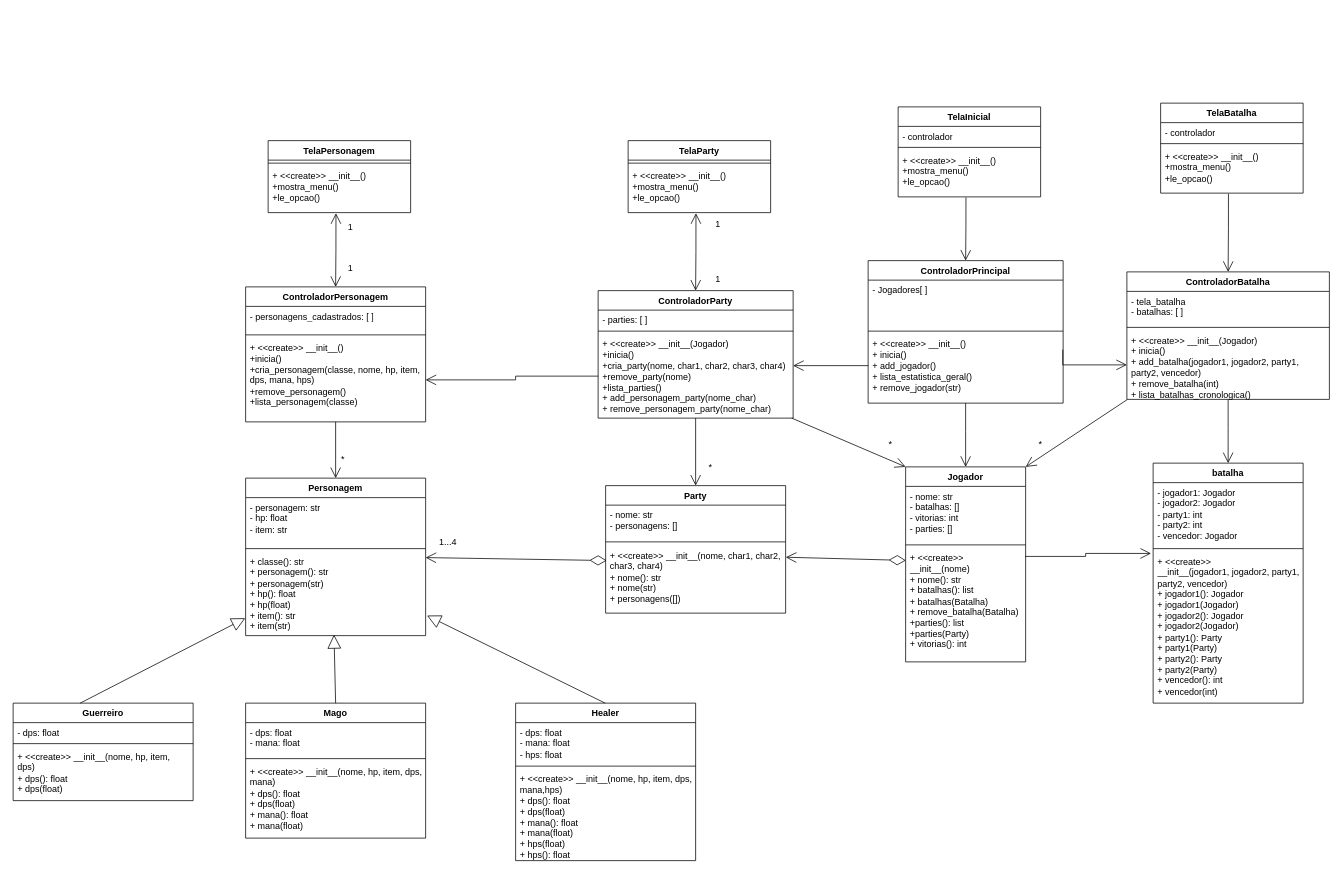
This is MVC_RPG.drawio from Coelho50/DSO_T1, a draw.io file, before an edit. Source tidied: cells renumbered, new cells numbered last; positions are measured from the earlier drawing's top-left corner, leaving out a move shared by most shapes. Both pictures are drawn from the tidied source at 75%, with x=0, y=0 at pixel (13, 103).
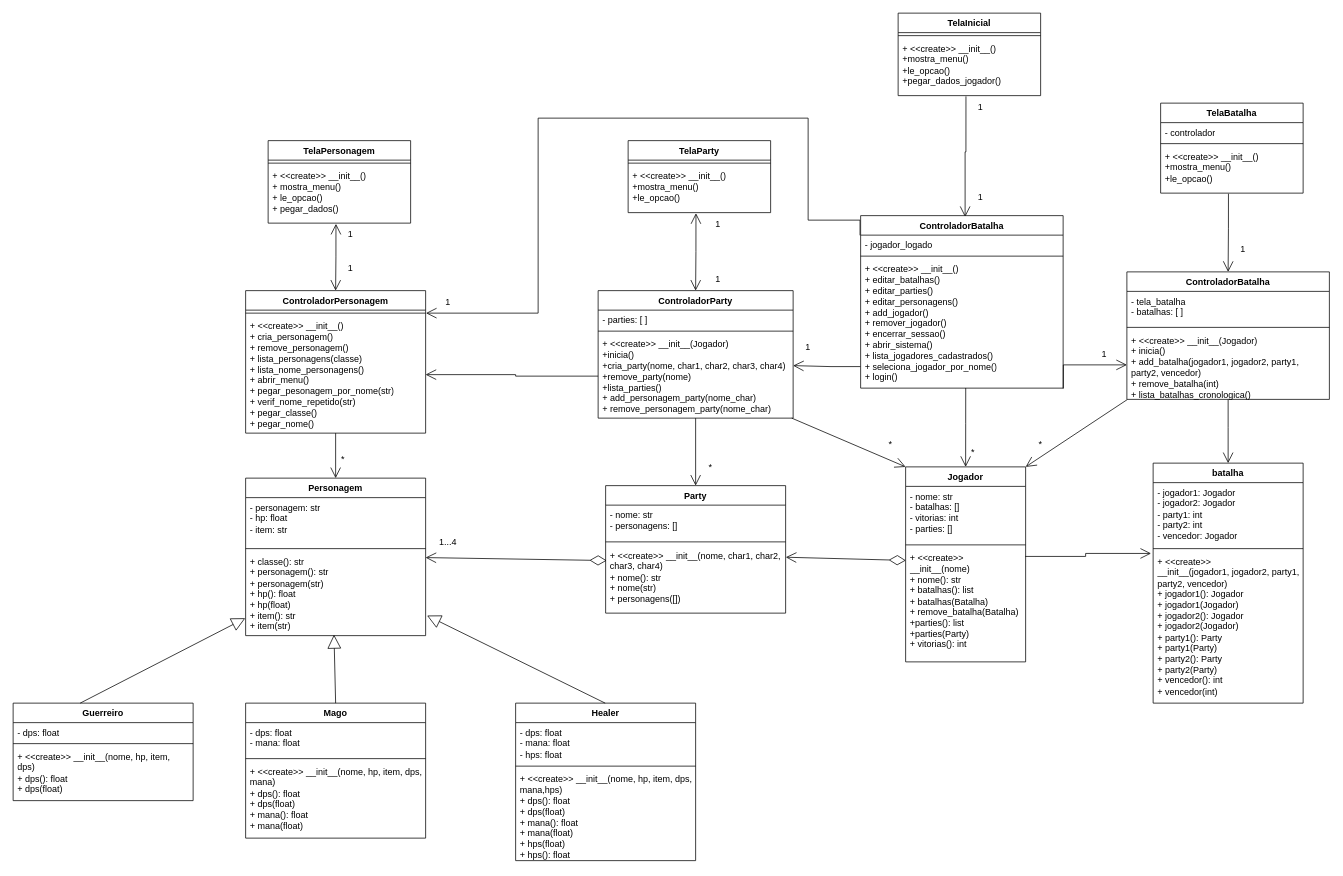
Above is the later version.

Commit message (it also covers changes not shown here):
Atualizando MVC

Unchanged cells that the change refers to:
```xml
<mxCell id="74" value="&lt;div&gt;+ &amp;lt;&amp;lt;create&amp;gt;&amp;gt; &lt;span style=&quot;background-color: initial;&quot;&gt;__init__(Jogador)&lt;/span&gt;&lt;/div&gt;&lt;div&gt;&lt;span style=&quot;background-color: initial;&quot;&gt;+ inicia()&lt;br&gt;&lt;/span&gt;&lt;/div&gt;&lt;div&gt;+ add_batalha(&lt;span style=&quot;background-color: initial;&quot;&gt;jogador1, jogador2, party1, party2, vencedor&lt;/span&gt;)&lt;/div&gt;&lt;div&gt;&lt;div&gt;+ remove_batalha(int)&lt;/div&gt;&lt;div&gt;+ lista_batalhas_cronologica()&lt;/div&gt;&lt;/div&gt;&lt;div&gt;&lt;br&gt;&lt;/div&gt;" style="text;strokeColor=none;fillColor=none;align=left;verticalAlign=top;spacingLeft=4;spacingRight=4;overflow=hidden;points=[[0,0.5],[1,0.5]];portConstraint=eastwest;whiteSpace=wrap;html=1;" parent="71" vertex="1">
  <mxGeometry y="78" width="270" height="92" as="geometry" />
</mxCell>
```

What changed in the source:
```diff
@@
     <mxCell id="37" value="TelaPersonagem" style="swimlane;fontStyle=1;align=center;verticalAlign=top;horizontal=1;startSize=26;whiteSpace=wrap;html=1;" parent="1" vertex="1">
-      <mxGeometry x="340" y="50" width="190" height="96" as="geometry" />
+      <mxGeometry x="340" y="50" width="190" height="110" as="geometry" />
     </mxCell>
@@
-    <mxCell id="39" value="&lt;div&gt;+ &amp;lt;&amp;lt;create&amp;gt;&amp;gt; &lt;span style=&quot;background-color: initial;&quot;&gt;__init__()&lt;/span&gt;&lt;/div&gt;&lt;div&gt;+mostra_menu()&lt;/div&gt;&lt;div&gt;&lt;div&gt;+le_opcao()&lt;/div&gt;&lt;/div&gt;&lt;div&gt;&lt;br&gt;&lt;/div&gt;" style="text;strokeColor=none;fillColor=none;align=left;verticalAlign=top;spacingLeft=4;spacingRight=4;overflow=hidden;points=[[0,0.5],[1,0.5]];portConstraint=eastwest;whiteSpace=wrap;html=1;" parent="37" vertex="1">
-      <mxGeometry y="34" width="190" height="62" as="geometry" />
+    <mxCell id="39" value="&lt;div&gt;+ &amp;lt;&amp;lt;create&amp;gt;&amp;gt; &lt;span style=&quot;background-color: initial;&quot;&gt;__init__()&lt;/span&gt;&lt;/div&gt;&lt;div&gt;+ mostra_menu()&lt;/div&gt;&lt;div&gt;&lt;div&gt;+ le_opcao()&lt;/div&gt;&lt;div&gt;+ pegar_dados()&lt;br&gt;&lt;/div&gt;&lt;/div&gt;&lt;div&gt;&lt;br&gt;&lt;/div&gt;" style="text;strokeColor=none;fillColor=none;align=left;verticalAlign=top;spacingLeft=4;spacingRight=4;overflow=hidden;points=[[0,0.5],[1,0.5]];portConstraint=eastwest;whiteSpace=wrap;html=1;" parent="37" vertex="1">
+      <mxGeometry y="34" width="190" height="76" as="geometry" />
     </mxCell>
     <mxCell id="40" value="ControladorPersonagem" style="swimlane;fontStyle=1;align=center;verticalAlign=top;horizontal=1;startSize=26;whiteSpace=wrap;html=1;" parent="1" vertex="1">
-      <mxGeometry x="310" y="245" width="240" height="180" as="geometry" />
+      <mxGeometry x="310" y="250" width="240" height="190" as="geometry" />
     </mxCell>
-    <mxCell id="41" value="&lt;div&gt;- personagens_cadastrados: [ ]&lt;/div&gt;" style="text;strokeColor=none;fillColor=none;align=left;verticalAlign=top;spacingLeft=4;spacingRight=4;overflow=hidden;whiteSpace=wrap;html=1;" parent="40" vertex="1">
-      <mxGeometry y="26" width="240" height="34" as="geometry" />
-    </mxCell>
     <mxCell id="42" style="line;strokeWidth=1;fillColor=none;align=left;verticalAlign=middle;spacingTop=-1;spacingLeft=3;spacingRight=3;labelPosition=right;strokeColor=inherit;" parent="40" vertex="1">
-      <mxGeometry y="60" width="240" height="8" as="geometry" />
+      <mxGeometry y="26" width="240" height="8" as="geometry" />
     </mxCell>
-    <mxCell id="43" value="&lt;div&gt;+ &amp;lt;&amp;lt;create&amp;gt;&amp;gt; &lt;span style=&quot;background-color: initial;&quot;&gt;__init__()&lt;/span&gt;&lt;/div&gt;&lt;div&gt;&lt;span style=&quot;background-color: initial;&quot;&gt;+inicia()&lt;br&gt;&lt;/span&gt;&lt;/div&gt;&lt;div&gt;+cria_personagem(classe, nome, hp, item, dps, mana, hps)&lt;/div&gt;&lt;div&gt;&lt;div&gt;+remove_personagem()&lt;/div&gt;&lt;div&gt;+lista_personagem(classe)&lt;br&gt;&lt;/div&gt;&lt;/div&gt;&lt;div&gt;&lt;br&gt;&lt;/div&gt;" style="text;strokeColor=none;fillColor=none;align=left;verticalAlign=top;spacingLeft=4;spacingRight=4;overflow=hidden;points=[[0,0.5],[1,0.5]];portConstraint=eastwest;whiteSpace=wrap;html=1;" parent="40" vertex="1">
-      <mxGeometry y="68" width="240" height="112" as="geometry" />
+    <mxCell id="43" value="&lt;div&gt;+ &amp;lt;&amp;lt;create&amp;gt;&amp;gt; &lt;span style=&quot;background-color: initial;&quot;&gt;__init__()&lt;/span&gt;&lt;/div&gt;&lt;div&gt;+ cria_personagem()&lt;/div&gt;&lt;div&gt;&lt;div&gt;+ remove_personagem()&lt;/div&gt;&lt;div&gt;+ lista_personagens(classe)&lt;/div&gt;&lt;div&gt;+ lista_nome_personagens()&lt;/div&gt;&lt;div&gt;+ abrir_menu()&lt;/div&gt;&lt;div&gt;+ pegar_pesonagem_por_nome(str)&lt;/div&gt;&lt;div&gt;+ verif_nome_repetido(str)&lt;/div&gt;&lt;div&gt;+ pegar_classe()&lt;/div&gt;&lt;div&gt;+ pegar_nome()&lt;br&gt;&lt;/div&gt;&lt;/div&gt;&lt;div&gt;&lt;br&gt;&lt;/div&gt;" style="text;strokeColor=none;fillColor=none;align=left;verticalAlign=top;spacingLeft=4;spacingRight=4;overflow=hidden;points=[[0,0.5],[1,0.5]];portConstraint=eastwest;whiteSpace=wrap;html=1;" parent="40" vertex="1">
+      <mxGeometry y="34" width="240" height="156" as="geometry" />
     </mxCell>
@@
     <mxCell id="56" value="TelaInicial" style="swimlane;fontStyle=1;align=center;verticalAlign=top;horizontal=1;startSize=26;whiteSpace=wrap;html=1;" parent="1" vertex="1">
-      <mxGeometry x="1180" y="5" width="190" height="120" as="geometry" />
+      <mxGeometry x="1180" y="-120" width="190" height="110" as="geometry" />
     </mxCell>
-    <mxCell id="57" value="- controlador" style="text;strokeColor=none;fillColor=none;align=left;verticalAlign=top;spacingLeft=4;spacingRight=4;overflow=hidden;whiteSpace=wrap;html=1;" parent="56" vertex="1">
-      <mxGeometry y="26" width="190" height="24" as="geometry" />
-    </mxCell>
     <mxCell id="58" style="line;strokeWidth=1;fillColor=none;align=left;verticalAlign=middle;spacingTop=-1;spacingLeft=3;spacingRight=3;labelPosition=right;strokeColor=inherit;" parent="56" vertex="1">
-      <mxGeometry y="50" width="190" height="8" as="geometry" />
+      <mxGeometry y="26" width="190" height="8" as="geometry" />
     </mxCell>
-    <mxCell id="59" value="&lt;div&gt;+ &amp;lt;&amp;lt;create&amp;gt;&amp;gt; &lt;span style=&quot;background-color: initial;&quot;&gt;__init__()&lt;/span&gt;&lt;/div&gt;&lt;div&gt;+mostra_menu()&lt;/div&gt;&lt;div&gt;&lt;div&gt;+le_opcao()&lt;/div&gt;&lt;/div&gt;&lt;div&gt;&lt;br&gt;&lt;/div&gt;" style="text;strokeColor=none;fillColor=none;align=left;verticalAlign=top;spacingLeft=4;spacingRight=4;overflow=hidden;points=[[0,0.5],[1,0.5]];portConstraint=eastwest;whiteSpace=wrap;html=1;" parent="56" vertex="1">
-      <mxGeometry y="58" width="190" height="62" as="geometry" />
+    <mxCell id="59" value="&lt;div&gt;+ &amp;lt;&amp;lt;create&amp;gt;&amp;gt; &lt;span style=&quot;background-color: initial;&quot;&gt;__init__()&lt;/span&gt;&lt;/div&gt;&lt;div&gt;+mostra_menu()&lt;/div&gt;&lt;div&gt;&lt;div&gt;+le_opcao()&lt;/div&gt;&lt;div&gt;+pegar_dados_jogador()&lt;br&gt;&lt;/div&gt;&lt;/div&gt;&lt;div&gt;&lt;br&gt;&lt;/div&gt;" style="text;strokeColor=none;fillColor=none;align=left;verticalAlign=top;spacingLeft=4;spacingRight=4;overflow=hidden;points=[[0,0.5],[1,0.5]];portConstraint=eastwest;whiteSpace=wrap;html=1;" parent="56" vertex="1">
+      <mxGeometry y="34" width="190" height="76" as="geometry" />
     </mxCell>
-    <mxCell id="60" value="ControladorPrincipal" style="swimlane;fontStyle=1;align=center;verticalAlign=top;horizontal=1;startSize=26;whiteSpace=wrap;html=1;" parent="1" vertex="1">
-      <mxGeometry x="1140" y="210" width="260" height="190" as="geometry" />
-    </mxCell>
-    <mxCell id="61" value="- Jogadores[ ]" style="text;strokeColor=none;fillColor=none;align=left;verticalAlign=top;spacingLeft=4;spacingRight=4;overflow=hidden;whiteSpace=wrap;html=1;" parent="60" vertex="1">
-      <mxGeometry y="26" width="260" height="64" as="geometry" />
-    </mxCell>
-    <mxCell id="62" style="line;strokeWidth=1;fillColor=none;align=left;verticalAlign=middle;spacingTop=-1;spacingLeft=3;spacingRight=3;labelPosition=right;strokeColor=inherit;" parent="60" vertex="1">
-      <mxGeometry y="90" width="260" height="8" as="geometry" />
-    </mxCell>
-    <mxCell id="63" value="&lt;div&gt;+ &amp;lt;&amp;lt;create&amp;gt;&amp;gt; &lt;span style=&quot;background-color: initial;&quot;&gt;__init__()&lt;/span&gt;&lt;/div&gt;&lt;div&gt;&lt;span style=&quot;background-color: initial;&quot;&gt;+ inicia()&lt;br&gt;&lt;/span&gt;&lt;/div&gt;&lt;div&gt;&lt;span style=&quot;background-color: initial;&quot;&gt;+ add_jogador()&lt;/span&gt;&lt;/div&gt;&lt;div&gt;&lt;span style=&quot;background-color: initial;&quot;&gt;+ lista_estatistica_geral()&lt;/span&gt;&lt;/div&gt;&lt;div&gt;&lt;span style=&quot;background-color: initial;&quot;&gt;+ remove_jogador(str)&lt;/span&gt;&lt;/div&gt;" style="text;strokeColor=none;fillColor=none;align=left;verticalAlign=top;spacingLeft=4;spacingRight=4;overflow=hidden;points=[[0,0.5],[1,0.5]];portConstraint=eastwest;whiteSpace=wrap;html=1;" parent="60" vertex="1">
-      <mxGeometry y="98" width="260" height="92" as="geometry" />
-    </mxCell>
+    <mxCell id="88" style="edgeStyle=orthogonalEdgeStyle;rounded=0;jettySize=auto;html=1;exitX=-0.003;exitY=0.01;exitDx=0;exitDy=0;entryX=1.002;entryY=0.264;entryDx=0;entryDy=0;entryPerimeter=0;endArrow=open;endFill=0;startSize=12;endSize=12;exitPerimeter=0;" parent="1" edge="1" source="95">
+      <mxGeometry relative="1" as="geometry">
+        <mxPoint x="550.5" y="280" as="targetPoint" />
+        <Array as="points">
+          <mxPoint x="1060" y="156" />
+          <mxPoint x="1060" y="20" />
+          <mxPoint x="700" y="20" />
+          <mxPoint x="700" y="280" />
+        </Array>
+      </mxGeometry>
+    </mxCell>
-    <mxCell id="64" style="edgeStyle=orthogonalEdgeStyle;rounded=0;jettySize=auto;html=1;exitX=0.5;exitY=1;exitDx=0;exitDy=0;endArrow=open;endFill=0;startSize=12;endSize=12;entryX=0.5;entryY=0;entryDx=0;entryDy=0;" parent="1" edge="1" source="60">
+    <mxCell id="64" style="edgeStyle=orthogonalEdgeStyle;rounded=0;jettySize=auto;html=1;exitX=0.519;exitY=0.999;exitDx=0;exitDy=0;endArrow=open;endFill=0;startSize=12;endSize=12;entryX=0.5;entryY=0;entryDx=0;entryDy=0;exitPerimeter=0;" parent="1" edge="1" source="97">
       <mxGeometry relative="1" as="geometry">
         <mxPoint x="1270" y="485" as="targetPoint" />
       </mxGeometry>
     </mxCell>
-    <mxCell id="65" style="edgeStyle=orthogonalEdgeStyle;rounded=0;jettySize=auto;html=1;exitX=0.476;exitY=1.013;exitDx=0;exitDy=0;endArrow=open;endFill=0;startSize=12;endSize=12;exitPerimeter=0;entryX=0.5;entryY=0;entryDx=0;entryDy=0;" parent="1" edge="1" source="59" target="60">
+    <mxCell id="65" style="edgeStyle=orthogonalEdgeStyle;rounded=0;jettySize=auto;html=1;exitX=0.476;exitY=1.013;exitDx=0;exitDy=0;endArrow=open;endFill=0;startSize=12;endSize=12;exitPerimeter=0;entryX=0.516;entryY=0.008;entryDx=0;entryDy=0;entryPerimeter=0;" parent="1" edge="1" source="59" target="94">
       <mxGeometry relative="1" as="geometry" />
     </mxCell>
-    <mxCell id="66" style="edgeStyle=orthogonalEdgeStyle;rounded=0;orthogonalLoop=1;jettySize=auto;html=1;exitX=0;exitY=0.5;exitDx=0;exitDy=0;endArrow=open;endFill=0;startSize=12;endSize=12;entryX=1;entryY=0.5;entryDx=0;entryDy=0;startArrow=none;startFill=0;" parent="1" edge="1">
+    <mxCell id="66" style="edgeStyle=orthogonalEdgeStyle;rounded=0;jettySize=auto;html=1;exitX=-0.001;exitY=0.833;exitDx=0;exitDy=0;endArrow=open;endFill=0;startSize=12;endSize=12;entryX=1;entryY=0.5;entryDx=0;entryDy=0;startArrow=none;startFill=0;exitPerimeter=0;" parent="1" edge="1" source="97">
       <mxGeometry relative="1" as="geometry">
-        <mxPoint x="1140" y="350" as="sourcePoint" />
         <mxPoint x="1040" y="350" as="targetPoint" />
       </mxGeometry>
     </mxCell>
@@
-    <mxCell id="77" style="edgeStyle=orthogonalEdgeStyle;rounded=0;jettySize=auto;html=1;endArrow=none;endFill=0;startSize=12;endSize=12;entryX=0.998;entryY=0.225;entryDx=0;entryDy=0;startArrow=open;startFill=0;entryPerimeter=0;exitX=0;exitY=0.5;exitDx=0;exitDy=0;" parent="1" edge="1" source="74" target="63">
+    <mxCell id="77" style="edgeStyle=orthogonalEdgeStyle;rounded=0;jettySize=auto;html=1;endArrow=none;endFill=0;startSize=12;endSize=12;entryX=1.001;entryY=1.004;entryDx=0;entryDy=0;startArrow=open;startFill=0;entryPerimeter=0;exitX=0;exitY=0.5;exitDx=0;exitDy=0;" parent="1" edge="1" source="74" target="97">
       <mxGeometry relative="1" as="geometry">
         <Array as="points">
           <mxPoint x="1400" y="349" />
         </Array>
       </mxGeometry>
     </mxCell>
@@
     <mxCell id="80" value="1" style="text;html=1;align=center;verticalAlign=middle;whiteSpace=wrap;rounded=0;" parent="1" vertex="1">
-      <mxGeometry x="420" y="150" width="60" height="30" as="geometry" />
+      <mxGeometry x="420" y="160" width="60" height="30" as="geometry" />
     </mxCell>
@@
+    <mxCell id="89" value="1" style="text;html=1;align=center;verticalAlign=middle;whiteSpace=wrap;rounded=0;" parent="1" vertex="1">
+      <mxGeometry x="1260" y="-10" width="60" height="30" as="geometry" />
+    </mxCell>
+    <mxCell id="90" value="1" style="text;html=1;align=center;verticalAlign=middle;whiteSpace=wrap;rounded=0;" parent="1" vertex="1">
+      <mxGeometry x="1610" y="180" width="60" height="30" as="geometry" />
+    </mxCell>
+    <mxCell id="91" value="1" style="text;html=1;align=center;verticalAlign=middle;whiteSpace=wrap;rounded=0;" parent="1" vertex="1">
+      <mxGeometry x="1030" y="310" width="60" height="30" as="geometry" />
+    </mxCell>
+    <mxCell id="92" value="*" style="text;html=1;align=center;verticalAlign=middle;whiteSpace=wrap;rounded=0;" parent="1" vertex="1">
+      <mxGeometry x="1250" y="450" width="60" height="30" as="geometry" />
+    </mxCell>
+    <mxCell id="93" value="1" style="text;html=1;align=center;verticalAlign=middle;whiteSpace=wrap;rounded=0;" parent="1" vertex="1">
+      <mxGeometry x="550" y="250" width="60" height="30" as="geometry" />
+    </mxCell>
+    <mxCell id="94" value="ControladorBatalha" style="swimlane;fontStyle=1;align=center;verticalAlign=top;horizontal=1;startSize=26;whiteSpace=wrap;html=1;" parent="1" vertex="1">
+      <mxGeometry x="1130" y="150" width="270" height="230" as="geometry" />
+    </mxCell>
+    <mxCell id="95" value="- jogador_logado" style="text;strokeColor=none;fillColor=none;align=left;verticalAlign=top;spacingLeft=4;spacingRight=4;overflow=hidden;points=[[0,0.5],[1,0.5]];portConstraint=eastwest;whiteSpace=wrap;html=1;" parent="94" vertex="1">
+      <mxGeometry y="26" width="270" height="24" as="geometry" />
+    </mxCell>
+    <mxCell id="96" style="line;strokeWidth=1;fillColor=none;align=left;verticalAlign=middle;spacingTop=-1;spacingLeft=3;spacingRight=3;labelPosition=right;strokeColor=inherit;" parent="94" vertex="1">
+      <mxGeometry y="50" width="270" height="8" as="geometry" />
+    </mxCell>
+    <mxCell id="97" value="&lt;div&gt;+ &amp;lt;&amp;lt;create&amp;gt;&amp;gt; __init__()&lt;/div&gt;&lt;div&gt;+ editar_batalhas()&lt;/div&gt;&lt;div&gt;+ editar_parties()&lt;/div&gt;&lt;div&gt;+ editar_personagens()&lt;/div&gt;&lt;div&gt;+ add_jogador()&lt;/div&gt;&lt;div&gt;+ remover_jogador()&lt;br&gt;&lt;/div&gt;&lt;div&gt;+ encerrar_sessao()&lt;/div&gt;&lt;div&gt;+ abrir_sistema()&lt;/div&gt;&lt;div&gt;+ lista_jogadores_cadastrados()&lt;/div&gt;&lt;div&gt;+ seleciona_jogador_por_nome()&lt;/div&gt;&lt;div&gt;+ login()&lt;br&gt;&lt;/div&gt;" style="text;strokeColor=none;fillColor=none;align=left;verticalAlign=top;spacingLeft=4;spacingRight=4;overflow=hidden;points=[[0,0.5],[1,0.5]];portConstraint=eastwest;whiteSpace=wrap;html=1;" parent="94" vertex="1">
+      <mxGeometry y="58" width="270" height="172" as="geometry" />
+    </mxCell>
+    <mxCell id="98" value="1" style="text;html=1;align=center;verticalAlign=middle;whiteSpace=wrap;rounded=0;" parent="1" vertex="1">
+      <mxGeometry x="1260" y="110" width="60" height="30" as="geometry" />
+    </mxCell>
+    <mxCell id="99" value="1" style="text;html=1;align=center;verticalAlign=middle;whiteSpace=wrap;rounded=0;" parent="1" vertex="1">
+      <mxGeometry x="1425" y="320" width="60" height="30" as="geometry" />
+    </mxCell>
```
